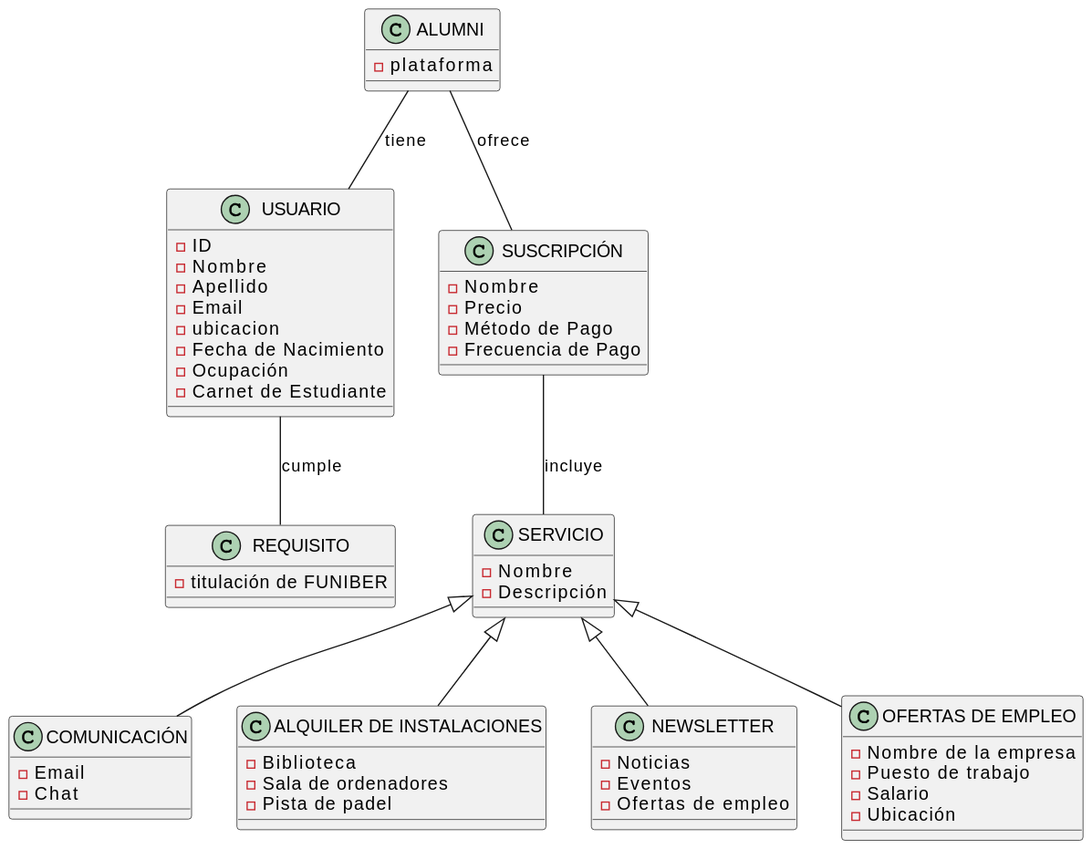
The PlantUML diagram Modelos_de_Dominio/Modelos_Finales/Segunda_Iteración/Modelo_de_Dominio.svg in mmasias/23-24-IdSw1-SDR, before a commit.
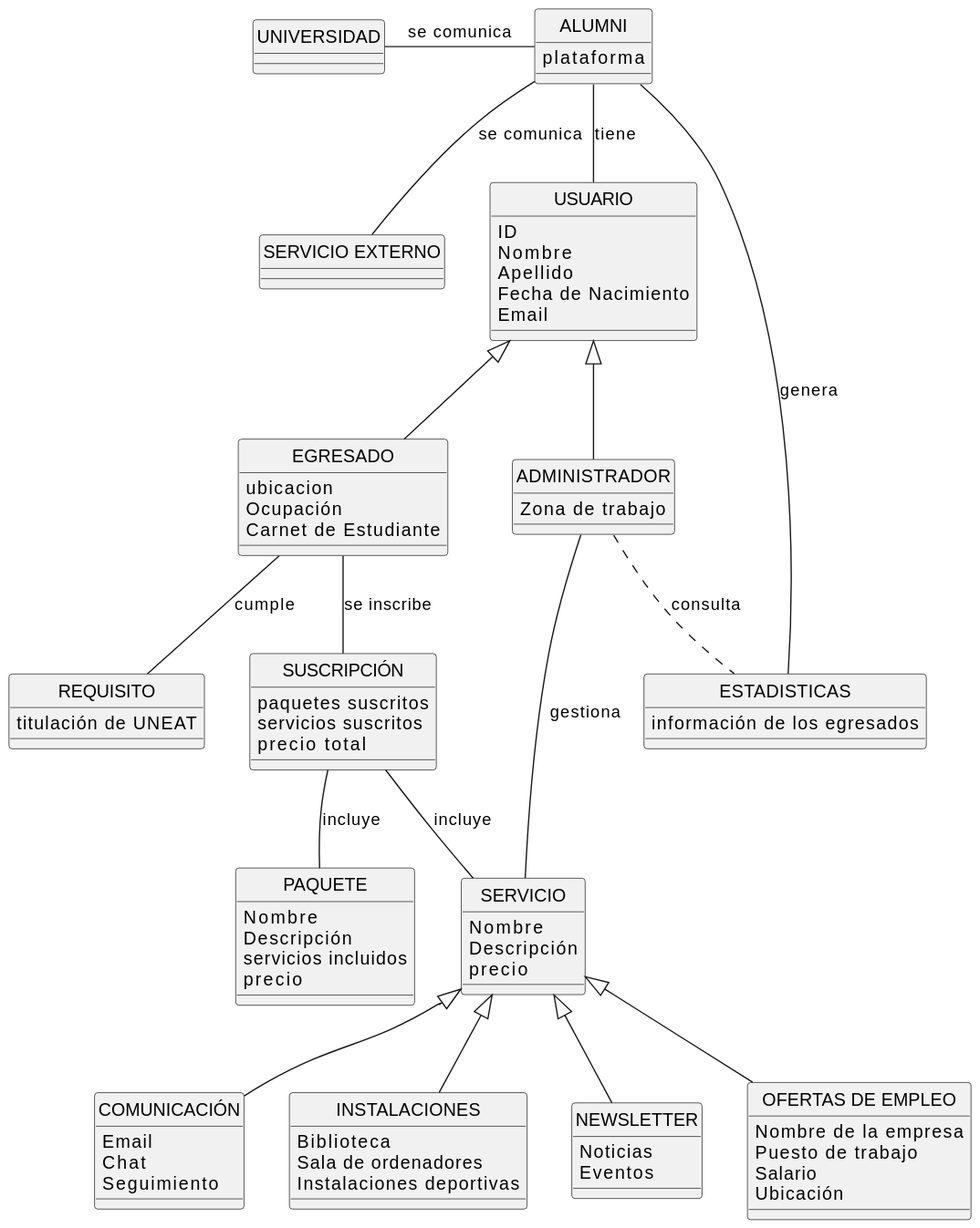
The same diagram one commit later.

What changed in the source:
```diff
@@ -1,70 +1,113 @@
 @startuml
-skinparam backgroundColor transparent
+skinparam backgroundColor white
 skinparam defaultFontName Arial
+hide circle
 
-class ALUMNI {
-   - plataforma
+class ALUMNI
+{
+   plataforma
 }
 
-class USUARIO {
-    - ID
-    - Nombre
-    - Apellido
-    - Email
-    - ubicacion
-    - Fecha de Nacimiento
-    - Ocupación
-    - Carnet de Estudiante
+class "SERVICIO EXTERNO" {}
+
+class UNIVERSIDAD {}
+
+class USUARIO
+{
+    ID
+    Nombre
+    Apellido
+    Fecha de Nacimiento
+    Email
 }
 
-class REQUISITO {
-    - titulación de FUNIBER
+class EGRESADO
+{
+    ubicacion
+    Ocupación
+    Carnet de Estudiante
 }
 
-class SUSCRIPCIÓN {
-    - Nombre
-    - Precio
-    - Método de Pago
-    - Frecuencia de Pago
+class ADMINISTRADOR
+{
+    Zona de trabajo
 }
 
-class SERVICIO {
-    - Nombre
-    - Descripción
+class REQUISITO
+{
+    titulación de UNEAT
 }
 
-class COMUNICACIÓN {
-    - Email
-    - Chat
+class ESTADISTICAS
+{
+    información de los egresados
 }
 
-class "ALQUILER DE INSTALACIONES" {
-    - Biblioteca
-    - Sala de ordenadores
-    - Pista de padel
+class SUSCRIPCIÓN
+{
+    paquetes suscritos
+    servicios suscritos
+    precio total
 }
 
-class NEWSLETTER {
-    - Noticias
-    - Eventos
-    - Ofertas de empleo
+class PAQUETE
+{
+    Nombre
+    Descripción
+    servicios incluidos
+    precio
 }
 
-class "OFERTAS DE EMPLEO" {
-    - Nombre de la empresa
-    - Puesto de trabajo
-    - Salario
-    - Ubicación
+class SERVICIO
+{
+    Nombre
+    Descripción
+    precio
+}
+
+class COMUNICACIÓN
+{
+    Email
+    Chat
+    Seguimiento
+}
+
+class INSTALACIONES
+{
+    Biblioteca
+    Sala de ordenadores
+    Instalaciones deportivas
+}
+
+class NEWSLETTER
+{
+    Noticias
+    Eventos
+}
+
+class "OFERTAS DE EMPLEO"
+{
+    Nombre de la empresa
+    Puesto de trabajo
+    Salario
+    Ubicación
 }
 
 ALUMNI -- USUARIO : tiene
-ALUMNI -- SUSCRIPCIÓN : ofrece
+EGRESADO -- SUSCRIPCIÓN : se inscribe
+ALUMNI -- "SERVICIO EXTERNO" : se comunica
 SUSCRIPCIÓN -- SERVICIO : incluye
-USUARIO -- REQUISITO : cumple
-
+EGRESADO -- REQUISITO : cumple
+ALUMNI -- ESTADISTICAS : genera
+ADMINISTRADOR .. ESTADISTICAS : consulta
+SUSCRIPCIÓN -- PAQUETE : incluye
+USUARIO <|-- EGRESADO
+USUARIO <|-- ADMINISTRADOR
+UNIVERSIDAD -right- ALUMNI : se comunica
+ADMINISTRADOR -- SERVICIO : gestiona
 
 SERVICIO <|-- "COMUNICACIÓN"
-SERVICIO <|-- "ALQUILER DE INSTALACIONES"
+SERVICIO <|-- "INSTALACIONES"
 SERVICIO <|-- "NEWSLETTER"
 SERVICIO <|-- "OFERTAS DE EMPLEO"
 @enduml
```
